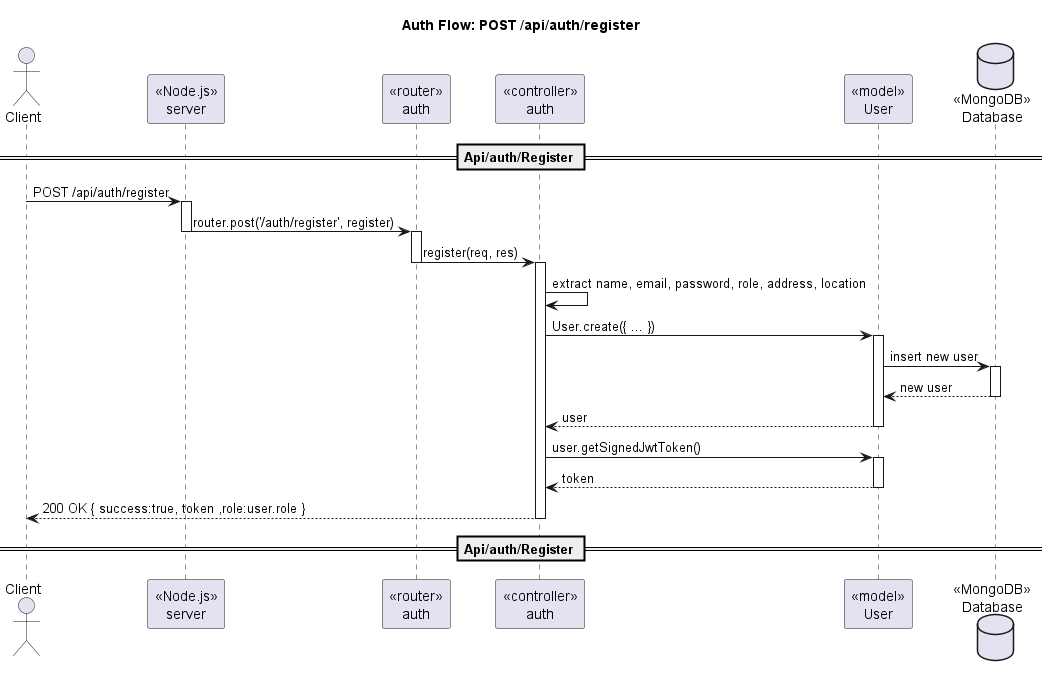
098ff/ArtmaybeDEV keeps this PlantUML diagram as out/docs/diagram/sequence/seq_auth_register_post.png. Above is the earlier version.
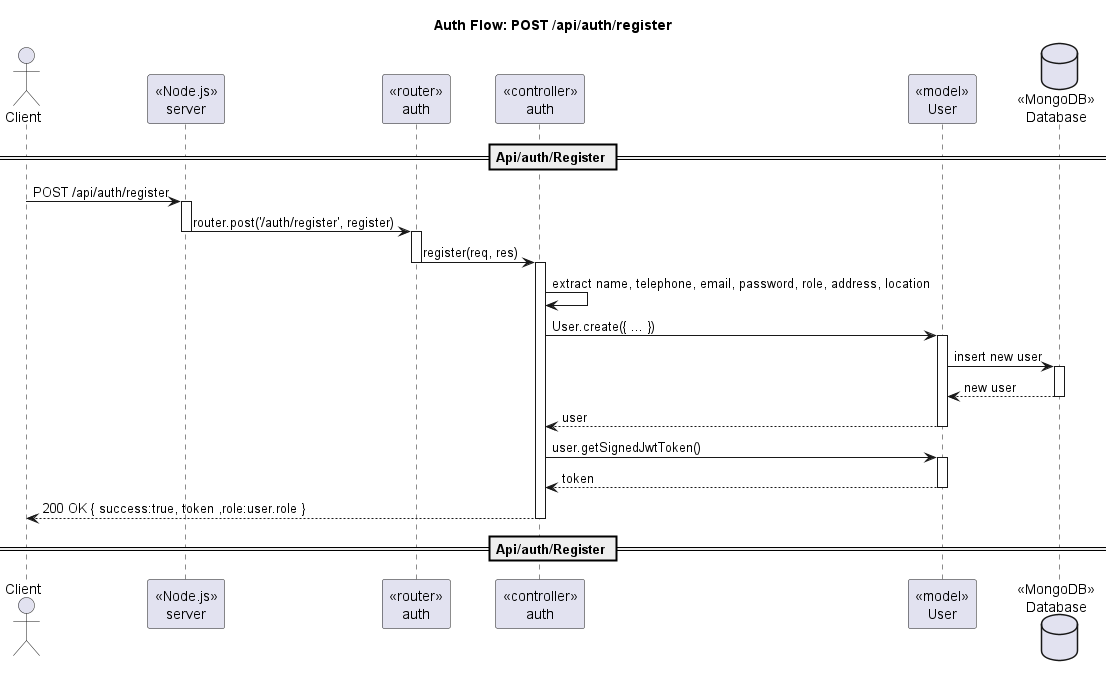
Later version of the same file.

The edit, as a diff of the source:
```diff
@@ -18,7 +18,7 @@
 deactivate Router
 activate Ctrl
 
-Ctrl -> Ctrl : extract name, email, password, role, address, location
+Ctrl -> Ctrl : extract name, telephone, email, password, role, address, location
 
 Ctrl -> UserModel : User.create({ ... })
 activate UserModel
```
